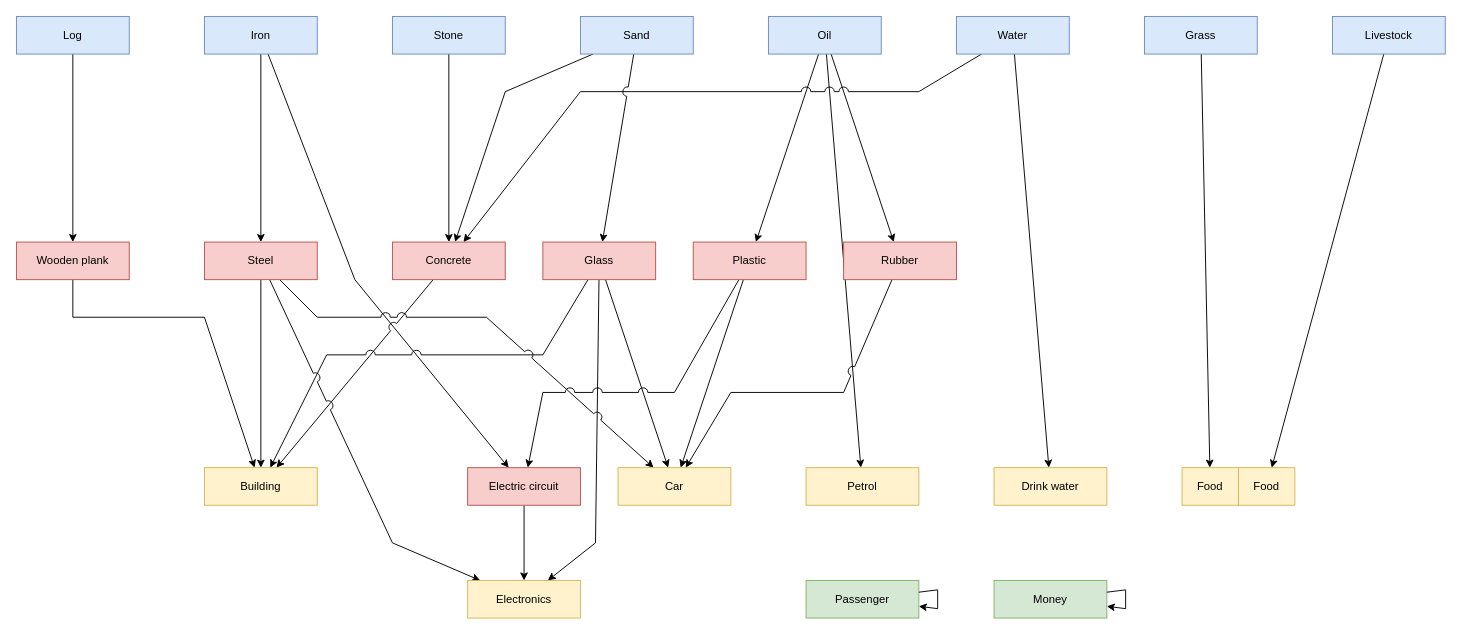
The draw.io diagram uml/cargo-tree.drawio in dinomintstudio/transportflow, before the edit. Source tidied: cells renumbered, new cells numbered last; positions are measured from the earlier drawing's top-left corner, leaving out a move shared by most shapes. Both pictures are drawn from the tidied source at 94%, with x=0, y=0 at pixel (16, 16).
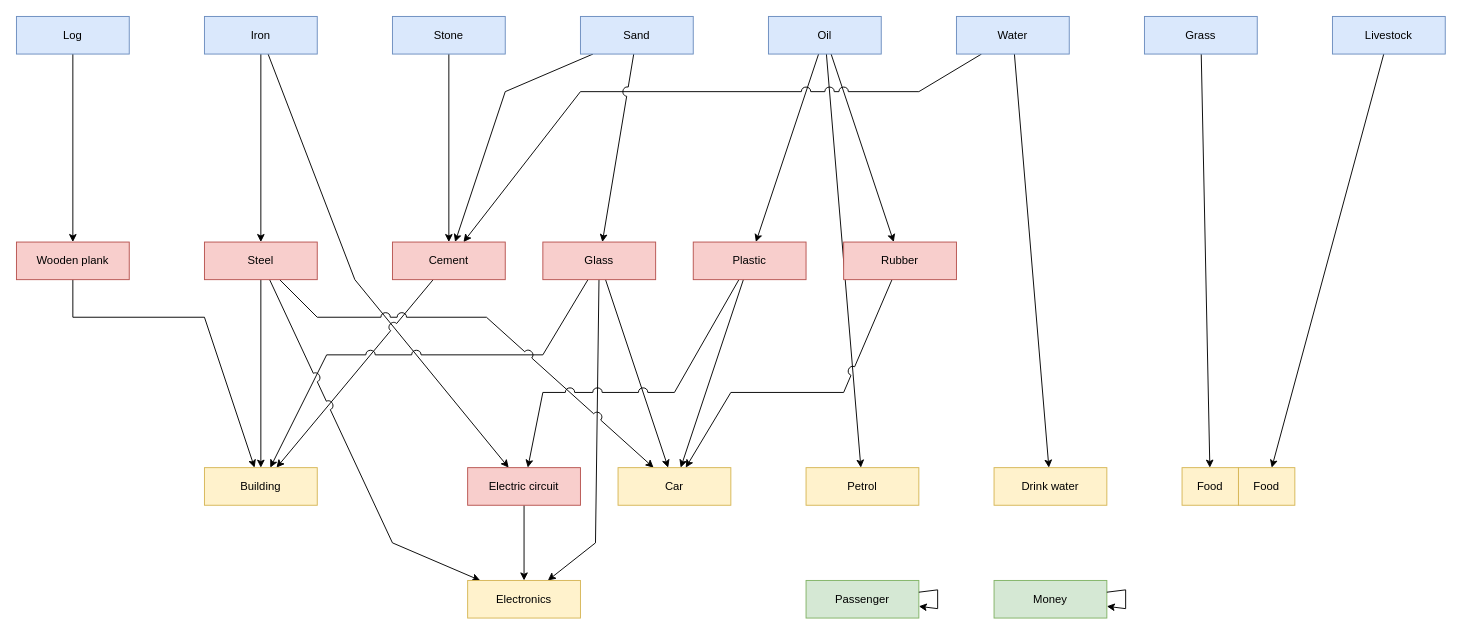
The same diagram, later.

Diff of the diagram source:
```diff
@@
-    <mxCell id="31" value="Concrete" style="rounded=0;whiteSpace=wrap;html=1;fillColor=#f8cecc;strokeColor=#b85450;" parent="1" vertex="1">
+    <mxCell id="31" value="Cement" style="rounded=0;whiteSpace=wrap;html=1;fillColor=#f8cecc;strokeColor=#b85450;" parent="1" vertex="1">
       <mxGeometry x="400" y="240" width="120" height="40" as="geometry" />
     </mxCell>
```
